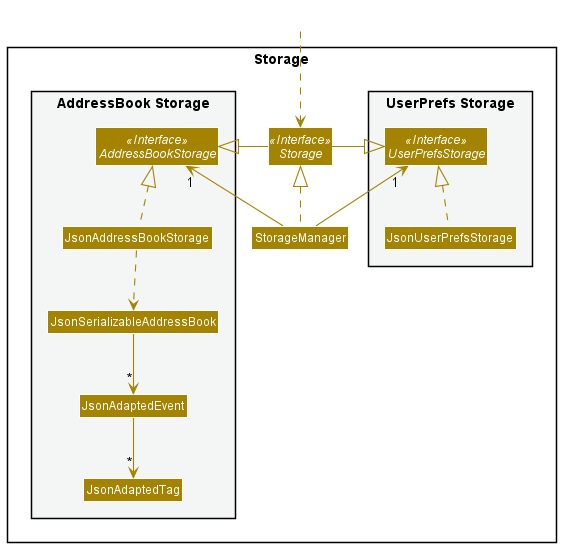
Above: docs/images/StorageClassDiagram.png in ruthpohrp/tp (PlantUML), before the change. Source of this version:
```plantuml
@startuml
!include style.puml
skinparam arrowThickness 1.1
skinparam arrowColor STORAGE_COLOR
skinparam classBackgroundColor STORAGE_COLOR

package Storage{

package "UserPrefs Storage" #F4F6F6{
Interface UserPrefsStorage <<Interface>>
Class JsonUserPrefsStorage
}

Interface Storage <<Interface>>
Class StorageManager

package "AddressBook Storage" #F4F6F6{
Interface AddressBookStorage <<Interface>>
Class JsonAddressBookStorage
Class JsonSerializableAddressBook
Class JsonAdaptedEvent
Class JsonAdaptedTag
}

}

Class HiddenOutside #FFFFFF
HiddenOutside ..> Storage

StorageManager .up.|> Storage
StorageManager -up-> "1" UserPrefsStorage
StorageManager -up-> "1" AddressBookStorage

Storage -left-|> UserPrefsStorage
Storage -right-|> AddressBookStorage

JsonUserPrefsStorage .up.|> UserPrefsStorage
JsonAddressBookStorage .up.|> AddressBookStorage
JsonAddressBookStorage ..> JsonSerializableAddressBook
JsonSerializableAddressBook --> "*" JsonAdaptedEvent
JsonAdaptedEvent --> "*" JsonAdaptedTag

@enduml
```
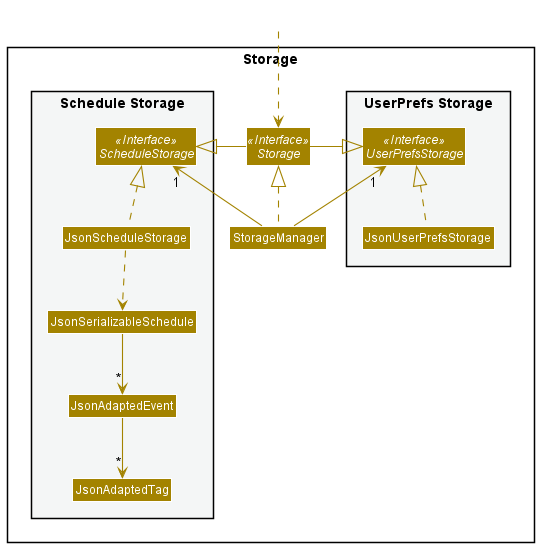
The same file after the commit.

Change to the diagram source:
```diff
@@ -14,10 +14,10 @@
 Interface Storage <<Interface>>
 Class StorageManager
 
-package "AddressBook Storage" #F4F6F6{
-Interface AddressBookStorage <<Interface>>
-Class JsonAddressBookStorage
-Class JsonSerializableAddressBook
+package "Schedule Storage" #F4F6F6{
+Interface ScheduleStorage <<Interface>>
+Class JsonScheduleStorage
+Class JsonSerializableSchedule
 Class JsonAdaptedEvent
 Class JsonAdaptedTag
 }
@@ -29,15 +29,15 @@
 
 StorageManager .up.|> Storage
 StorageManager -up-> "1" UserPrefsStorage
-StorageManager -up-> "1" AddressBookStorage
+StorageManager -up-> "1" ScheduleStorage
 
 Storage -left-|> UserPrefsStorage
-Storage -right-|> AddressBookStorage
+Storage -right-|> ScheduleStorage
 
 JsonUserPrefsStorage .up.|> UserPrefsStorage
-JsonAddressBookStorage .up.|> AddressBookStorage
-JsonAddressBookStorage ..> JsonSerializableAddressBook
-JsonSerializableAddressBook --> "*" JsonAdaptedEvent
+JsonScheduleStorage .up.|> ScheduleStorage
+JsonScheduleStorage ..> JsonSerializableSchedule
+JsonSerializableSchedule --> "*" JsonAdaptedEvent
 JsonAdaptedEvent --> "*" JsonAdaptedTag
 
 @enduml
```
